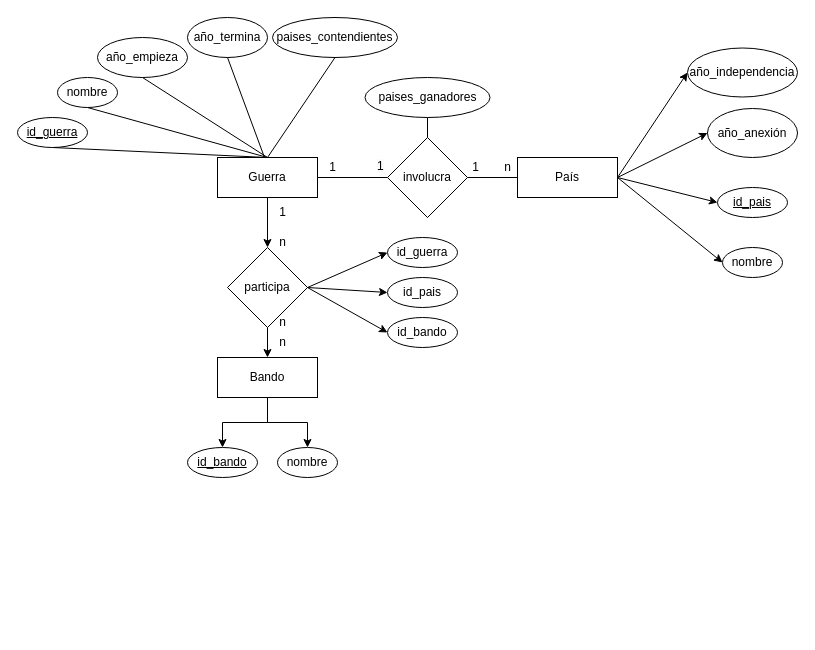
The draw.io diagram ej4.drawio in adriii28/amr-tsys-C3U12-11102023, before the edit. Source tidied: cells renumbered, new cells numbered last; positions are measured from the earlier drawing's top-left corner, leaving out a move shared by most shapes. Both pictures are drawn from the tidied source at 100%, with x=0, y=0 at pixel (17, 17).
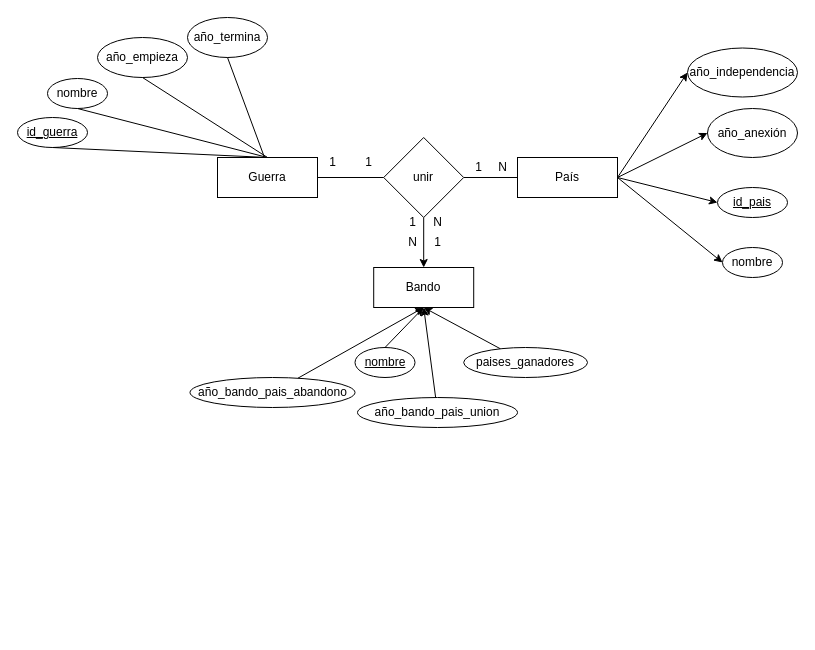
The same diagram, later.

Unchanged cells that the change refers to:
```xml
<mxCell id="3" value="Guerra" style="whiteSpace=wrap;html=1;align=center;" parent="1" vertex="1">
  <mxGeometry x="200" y="140" width="100" height="40" as="geometry" />
</mxCell>
```

Change to the diagram source:
```diff
@@
-    <mxCell id="2" style="edgeStyle=orthogonalEdgeStyle;rounded=0;jettySize=auto;html=1;entryX=0.5;entryY=0;entryDx=0;entryDy=0;" parent="1" edge="1" source="3" target="20">
-      <mxGeometry relative="1" as="geometry" />
-    </mxCell>
@@
     <mxCell id="9" value="nombre" style="ellipse;whiteSpace=wrap;html=1;align=center;" parent="1" vertex="1">
-      <mxGeometry x="40" y="60" width="60" height="30" as="geometry" />
+      <mxGeometry x="30" y="61" width="60" height="30" as="geometry" />
     </mxCell>
-    <mxCell id="10" style="endArrow=none;html=1;rounded=0;entryX=1;entryY=0.5;entryDx=0;entryDy=0;" parent="1" edge="1" target="3">
-      <mxGeometry relative="1" as="geometry">
-        <mxPoint x="370" y="160" as="sourcePoint" />
-      </mxGeometry>
+    <mxCell id="10" style="endArrow=none;html=1;rounded=0;entryX=1;entryY=0.5;entryDx=0;entryDy=0;exitX=0;exitY=0.5;exitDx=0;exitDy=0;" parent="1" edge="1" source="12" target="3">
+      <mxGeometry relative="1" as="geometry" />
     </mxCell>
@@
+    <mxCell id="51" style="edgeStyle=orthogonalEdgeStyle;rounded=0;jettySize=auto;html=1;" parent="1" edge="1" source="12" target="41">
+      <mxGeometry relative="1" as="geometry" />
+    </mxCell>
-    <mxCell id="12" value="involucra" style="rhombus;whiteSpace=wrap;html=1;" parent="1" vertex="1">
-      <mxGeometry x="370" y="120" width="80" height="80" as="geometry" />
+    <mxCell id="12" value="unir" style="rhombus;whiteSpace=wrap;html=1;" parent="1" vertex="1">
+      <mxGeometry x="366.2" y="120" width="80" height="80" as="geometry" />
     </mxCell>
-    <mxCell id="13" value="paises_contendientes" style="ellipse;whiteSpace=wrap;html=1;" parent="1" vertex="1">
-      <mxGeometry x="255" width="125" height="40" as="geometry" />
-    </mxCell>
-    <mxCell id="14" style="endArrow=none;html=1;rounded=0;entryX=0.5;entryY=0;entryDx=0;entryDy=0;exitX=0.5;exitY=1;exitDx=0;exitDy=0;" parent="1" edge="1" source="13" target="3">
-      <mxGeometry relative="1" as="geometry" />
-    </mxCell>
-    <mxCell id="15" value="paises_ganadores" style="ellipse;whiteSpace=wrap;html=1;" parent="1" vertex="1">
-      <mxGeometry x="347.5" y="60" width="125" height="40" as="geometry" />
-    </mxCell>
-    <mxCell id="16" style="endArrow=none;html=1;rounded=0;entryX=0.5;entryY=0;entryDx=0;entryDy=0;exitX=0.5;exitY=1;exitDx=0;exitDy=0;" parent="1" edge="1" source="15" target="12">
-      <mxGeometry relative="1" as="geometry" />
-    </mxCell>
@@
-    <mxCell id="18" style="edgeStyle=orthogonalEdgeStyle;rounded=0;jettySize=auto;html=1;entryX=0.5;entryY=0;entryDx=0;entryDy=0;" parent="1" edge="1" source="20" target="41">
-      <mxGeometry relative="1" as="geometry" />
-    </mxCell>
-    <mxCell id="19" style="rounded=0;jettySize=auto;html=1;exitX=1;exitY=0.5;exitDx=0;exitDy=0;entryX=0;entryY=0.5;entryDx=0;entryDy=0;" parent="1" edge="1" source="20" target="37">
-      <mxGeometry relative="1" as="geometry" />
-    </mxCell>
-    <mxCell id="20" value="participa" style="rhombus;whiteSpace=wrap;html=1;" parent="1" vertex="1">
-      <mxGeometry x="210" y="230" width="80" height="80" as="geometry" />
-    </mxCell>
@@
     <mxCell id="33" value="1" style="text;html=1;align=center;verticalAlign=middle;strokeColor=none;fillColor=none;" parent="1" vertex="1">
-      <mxGeometry x="442.5" y="135" width="30" height="30" as="geometry" />
+      <mxGeometry x="446.2" y="135" width="30" height="30" as="geometry" />
     </mxCell>
-    <mxCell id="34" value="n" style="text;html=1;align=center;verticalAlign=middle;strokeColor=none;fillColor=none;" parent="1" vertex="1">
-      <mxGeometry x="475" y="135" width="30" height="30" as="geometry" />
+    <mxCell id="34" value="N" style="text;html=1;align=center;verticalAlign=middle;strokeColor=none;fillColor=none;" parent="1" vertex="1">
+      <mxGeometry x="470" y="135" width="30" height="30" as="geometry" />
     </mxCell>
     <mxCell id="35" value="1" style="text;html=1;align=center;verticalAlign=middle;strokeColor=none;fillColor=none;" parent="1" vertex="1">
-      <mxGeometry x="300" y="135" width="30" height="30" as="geometry" />
+      <mxGeometry x="380" y="190" width="30" height="30" as="geometry" />
     </mxCell>
-    <mxCell id="36" value="&lt;span style=&quot;color: rgb(0, 0, 0); font-family: Helvetica; font-size: 12px; font-style: normal; font-variant-ligatures: normal; font-variant-caps: normal; font-weight: 400; letter-spacing: normal; orphans: 2; text-align: center; text-indent: 0px; text-transform: none; widows: 2; word-spacing: 0px; -webkit-text-stroke-width: 0px; background-color: rgb(251, 251, 251); text-decoration-thickness: initial; text-decoration-style: initial; text-decoration-color: initial; float: none; display: inline !important;&quot;&gt;1&lt;/span&gt;" style="text;whiteSpace=wrap;html=1;" parent="1" vertex="1">
-      <mxGeometry x="357.5" y="135" width="12.5" height="20" as="geometry" />
-    </mxCell>
-    <mxCell id="37" value="id_guerra" style="ellipse;whiteSpace=wrap;html=1;align=center;" parent="1" vertex="1">
-      <mxGeometry x="370" y="220" width="70" height="30" as="geometry" />
-    </mxCell>
-    <mxCell id="38" value="id_pais" style="ellipse;whiteSpace=wrap;html=1;align=center;" parent="1" vertex="1">
-      <mxGeometry x="370" y="260" width="70" height="30" as="geometry" />
-    </mxCell>
-    <mxCell id="39" style="edgeStyle=orthogonalEdgeStyle;rounded=0;jettySize=auto;html=1;exitX=0.5;exitY=1;exitDx=0;exitDy=0;entryX=0.5;entryY=0;entryDx=0;entryDy=0;" parent="1" edge="1" source="41" target="42">
-      <mxGeometry relative="1" as="geometry" />
-    </mxCell>
-    <mxCell id="40" style="edgeStyle=orthogonalEdgeStyle;rounded=0;jettySize=auto;html=1;entryX=0.5;entryY=0;entryDx=0;entryDy=0;" parent="1" edge="1" source="41" target="43">
-      <mxGeometry relative="1" as="geometry" />
-    </mxCell>
     <mxCell id="41" value="Bando" style="whiteSpace=wrap;html=1;align=center;" parent="1" vertex="1">
-      <mxGeometry x="200" y="340" width="100" height="40" as="geometry" />
+      <mxGeometry x="356.2" y="250" width="100" height="40" as="geometry" />
     </mxCell>
-    <mxCell id="42" value="&lt;u&gt;id_bando&lt;/u&gt;" style="ellipse;whiteSpace=wrap;html=1;align=center;" parent="1" vertex="1">
-      <mxGeometry x="170" y="430" width="70" height="30" as="geometry" />
-    </mxCell>
-    <mxCell id="43" value="nombre" style="ellipse;whiteSpace=wrap;html=1;align=center;" parent="1" vertex="1">
-      <mxGeometry x="260" y="430" width="60" height="30" as="geometry" />
+    <mxCell id="43" value="nombre" style="ellipse;whiteSpace=wrap;html=1;align=center;fontStyle=4;" parent="1" vertex="1">
+      <mxGeometry x="337.5" y="330" width="60" height="30" as="geometry" />
     </mxCell>
-    <mxCell id="44" value="n" style="text;html=1;align=center;verticalAlign=middle;strokeColor=none;fillColor=none;" parent="1" vertex="1">
-      <mxGeometry x="250" y="290" width="30" height="30" as="geometry" />
-    </mxCell>
-    <mxCell id="45" value="n" style="text;html=1;align=center;verticalAlign=middle;strokeColor=none;fillColor=none;" parent="1" vertex="1">
-      <mxGeometry x="250" y="310" width="30" height="30" as="geometry" />
-    </mxCell>
-    <mxCell id="46" value="1" style="text;html=1;align=center;verticalAlign=middle;strokeColor=none;fillColor=none;" parent="1" vertex="1">
-      <mxGeometry x="250" y="180" width="30" height="30" as="geometry" />
-    </mxCell>
-    <mxCell id="47" value="n" style="text;html=1;align=center;verticalAlign=middle;strokeColor=none;fillColor=none;" parent="1" vertex="1">
-      <mxGeometry x="250" y="210" width="30" height="30" as="geometry" />
-    </mxCell>
-    <mxCell id="48" style="rounded=0;jettySize=auto;html=1;exitX=1;exitY=0.5;exitDx=0;exitDy=0;entryX=0;entryY=0.5;entryDx=0;entryDy=0;" parent="1" edge="1" source="20" target="38">
-      <mxGeometry relative="1" as="geometry" />
-    </mxCell>
-    <mxCell id="49" style="rounded=0;jettySize=auto;html=1;exitX=1;exitY=0.5;exitDx=0;exitDy=0;entryX=0;entryY=0.5;entryDx=0;entryDy=0;" parent="1" edge="1" source="20" target="50">
-      <mxGeometry relative="1" as="geometry" />
-    </mxCell>
-    <mxCell id="50" value="id_bando" style="ellipse;whiteSpace=wrap;html=1;align=center;" parent="1" vertex="1">
-      <mxGeometry x="370" y="300" width="70" height="30" as="geometry" />
-    </mxCell>
+    <mxCell id="52" value="N" style="text;html=1;align=center;verticalAlign=middle;strokeColor=none;fillColor=none;" parent="1" vertex="1">
+      <mxGeometry x="380" y="210" width="30" height="30" as="geometry" />
+    </mxCell>
+    <mxCell id="53" value="1" style="text;html=1;align=center;verticalAlign=middle;strokeColor=none;fillColor=none;" parent="1" vertex="1">
+      <mxGeometry x="300" y="130" width="30" height="30" as="geometry" />
+    </mxCell>
+    <mxCell id="54" value="1" style="text;html=1;align=center;verticalAlign=middle;strokeColor=none;fillColor=none;" parent="1" vertex="1">
+      <mxGeometry x="336.2" y="130" width="30" height="30" as="geometry" />
+    </mxCell>
+    <mxCell id="55" style="rounded=0;jettySize=auto;html=1;entryX=0.5;entryY=1;entryDx=0;entryDy=0;" parent="1" edge="1" source="56" target="41">
+      <mxGeometry relative="1" as="geometry" />
+    </mxCell>
+    <mxCell id="56" value="año_bando_pais_abandono" style="ellipse;whiteSpace=wrap;html=1;align=center;" parent="1" vertex="1">
+      <mxGeometry x="172.5" y="360" width="165" height="30" as="geometry" />
+    </mxCell>
+    <mxCell id="57" style="rounded=0;jettySize=auto;html=1;entryX=0.5;entryY=1;entryDx=0;entryDy=0;exitX=0.5;exitY=0;exitDx=0;exitDy=0;" parent="1" edge="1" source="43" target="41">
+      <mxGeometry relative="1" as="geometry" />
+    </mxCell>
+    <mxCell id="58" style="rounded=0;jettySize=auto;html=1;entryX=0.5;entryY=1;entryDx=0;entryDy=0;" parent="1" edge="1" source="59" target="41">
+      <mxGeometry relative="1" as="geometry" />
+    </mxCell>
+    <mxCell id="59" value="año_bando_pais_union" style="ellipse;whiteSpace=wrap;html=1;align=center;" parent="1" vertex="1">
+      <mxGeometry x="340" y="380" width="160" height="30" as="geometry" />
+    </mxCell>
+    <mxCell id="60" style="rounded=0;jettySize=auto;html=1;entryX=0.5;entryY=1;entryDx=0;entryDy=0;" parent="1" edge="1" source="15" target="41">
+      <mxGeometry relative="1" as="geometry" />
+    </mxCell>
+    <mxCell id="15" value="paises_ganadores" style="ellipse;whiteSpace=wrap;html=1;align=center;fontStyle=0;" parent="1" vertex="1">
+      <mxGeometry x="446.2" y="330" width="123.8" height="30" as="geometry" />
+    </mxCell>
+    <mxCell id="61" value="N" style="text;html=1;align=center;verticalAlign=middle;strokeColor=none;fillColor=none;" parent="1" vertex="1">
+      <mxGeometry x="405" y="190" width="30" height="30" as="geometry" />
+    </mxCell>
+    <mxCell id="62" value="1" style="text;html=1;align=center;verticalAlign=middle;strokeColor=none;fillColor=none;" parent="1" vertex="1">
+      <mxGeometry x="405" y="210" width="30" height="30" as="geometry" />
+    </mxCell>
```
